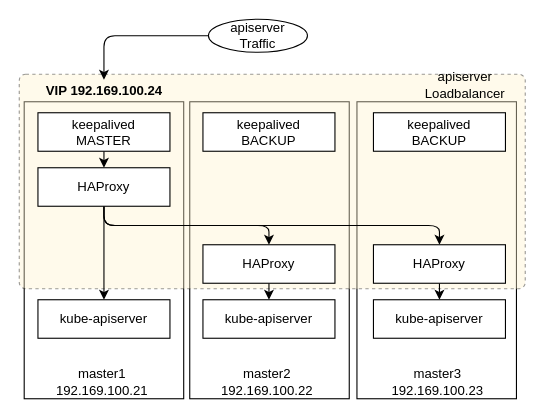
Above: page "Workload Loadbalance" (2 of 2) of Kubernetes/architecture.drawio in ubbig/Server (draw.io), before the change. Source tidied: cells renumbered, new cells numbered last; positions are measured from the earlier drawing's top-left corner, leaving out a move shared by most shapes. Both pictures are drawn from the tidied source at 110%, with x=0, y=0 at pixel (19, 19).
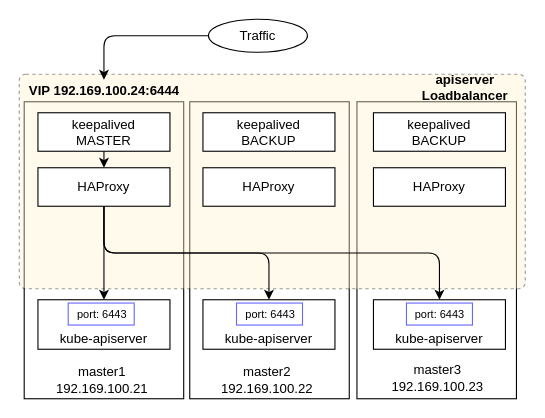
The same page after the edit.

Unchanged cells that the change refers to:
```xml
<mxCell id="17" value="HAProxy" style="rounded=0;whiteSpace=wrap;html=1;" parent="1" vertex="1">
  <mxGeometry x="17" y="135" width="120" height="35" as="geometry" />
</mxCell>
```

Change to the diagram source:
```diff
@@
     <mxCell id="10" value="&lt;div&gt;master1&lt;br&gt;&lt;/div&gt;&lt;div&gt;192.169.100.21&lt;/div&gt;" style="text;html=1;align=center;verticalAlign=middle;strokeColor=none;fillColor=none;" parent="1" vertex="1">
-      <mxGeometry x="24.5" y="315" width="100" height="30" as="geometry" />
+      <mxGeometry x="24.5" y="313" width="100" height="30" as="geometry" />
     </mxCell>
     <mxCell id="11" value="&lt;div&gt;master2&lt;/div&gt;&lt;div&gt;192.169.100.22&lt;/div&gt;" style="text;html=1;align=center;verticalAlign=middle;strokeColor=none;fillColor=none;" parent="1" vertex="1">
-      <mxGeometry x="174.5" y="315" width="100" height="30" as="geometry" />
+      <mxGeometry x="174.5" y="313" width="100" height="30" as="geometry" />
     </mxCell>
     <mxCell id="12" value="&lt;div&gt;master3&lt;/div&gt;&lt;div&gt;192.169.100.23&lt;/div&gt;" style="text;html=1;align=center;verticalAlign=middle;strokeColor=none;fillColor=none;" parent="1" vertex="1">
-      <mxGeometry x="329.5" y="315" width="100" height="30" as="geometry" />
+      <mxGeometry x="329.5" y="311" width="100" height="30" as="geometry" />
     </mxCell>
-    <mxCell id="13" value="VIP 192.169.100.24" style="text;html=1;align=center;verticalAlign=middle;points=[];strokeColor=none;fillColor=none;fontStyle=1;" parent="1" vertex="1">
-      <mxGeometry x="17" y="55" width="120" height="20" as="geometry" />
+    <mxCell id="13" value="VIP 192.169.100.24:6444" style="text;html=1;align=center;verticalAlign=middle;points=[];strokeColor=none;fillColor=none;fontStyle=1;" parent="1" vertex="1">
+      <mxGeometry x="2" y="55" width="150" height="20" as="geometry" />
     </mxCell>
-    <mxCell id="14" style="edgeStyle=orthogonalEdgeStyle;html=1;exitX=0.5;exitY=1;exitDx=0;exitDy=0;entryX=0.5;entryY=0;entryDx=0;entryDy=0;" parent="1" edge="1" source="17" target="19">
+    <mxCell id="14" style="edgeStyle=orthogonalEdgeStyle;html=1;exitX=0.5;exitY=1;exitDx=0;exitDy=0;entryX=0.5;entryY=0;entryDx=0;entryDy=0;" parent="1" edge="1" source="17" target="23">
       <mxGeometry relative="1" as="geometry" />
     </mxCell>
-    <mxCell id="15" style="edgeStyle=orthogonalEdgeStyle;html=1;exitX=0.5;exitY=1;exitDx=0;exitDy=0;entryX=0.5;entryY=0;entryDx=0;entryDy=0;" parent="1" edge="1" source="17" target="21">
+    <mxCell id="15" style="edgeStyle=orthogonalEdgeStyle;html=1;exitX=0.5;exitY=1;exitDx=0;exitDy=0;" parent="1" edge="1" source="17" target="22">
       <mxGeometry relative="1" as="geometry" />
     </mxCell>
@@
-    <mxCell id="18" style="edgeStyle=orthogonalEdgeStyle;html=1;exitX=0.5;exitY=1;exitDx=0;exitDy=0;entryX=0.5;entryY=0;entryDx=0;entryDy=0;" parent="1" edge="1" source="19" target="22">
-      <mxGeometry relative="1" as="geometry" />
-    </mxCell>
     <mxCell id="19" value="HAProxy" style="rounded=0;whiteSpace=wrap;html=1;" parent="1" vertex="1">
-      <mxGeometry x="167" y="205" width="120" height="35" as="geometry" />
+      <mxGeometry x="167" y="135" width="120" height="35" as="geometry" />
     </mxCell>
-    <mxCell id="20" style="edgeStyle=orthogonalEdgeStyle;html=1;exitX=0.5;exitY=1;exitDx=0;exitDy=0;entryX=0.5;entryY=0;entryDx=0;entryDy=0;" parent="1" edge="1" source="21" target="23">
-      <mxGeometry relative="1" as="geometry" />
-    </mxCell>
     <mxCell id="21" value="HAProxy" style="rounded=0;whiteSpace=wrap;html=1;" parent="1" vertex="1">
-      <mxGeometry x="322" y="205" width="120" height="35" as="geometry" />
+      <mxGeometry x="322" y="135" width="120" height="35" as="geometry" />
     </mxCell>
-    <mxCell id="22" value="kube-apiserver" style="rounded=0;whiteSpace=wrap;html=1;" parent="1" vertex="1">
-      <mxGeometry x="167" y="255" width="120" height="35" as="geometry" />
+    <mxCell id="22" value="kube-apiserver" style="rounded=0;whiteSpace=wrap;html=1;verticalAlign=bottom;" parent="1" vertex="1">
+      <mxGeometry x="167" y="255" width="120" height="45" as="geometry" />
     </mxCell>
-    <mxCell id="23" value="kube-apiserver" style="rounded=0;whiteSpace=wrap;html=1;" parent="1" vertex="1">
-      <mxGeometry x="322" y="255" width="120" height="35" as="geometry" />
+    <mxCell id="23" value="kube-apiserver" style="rounded=0;whiteSpace=wrap;html=1;verticalAlign=bottom;" parent="1" vertex="1">
+      <mxGeometry x="322" y="255" width="120" height="45" as="geometry" />
     </mxCell>
-    <mxCell id="24" value="kube-apiserver" style="rounded=0;whiteSpace=wrap;html=1;" parent="1" vertex="1">
-      <mxGeometry x="17" y="255" width="120" height="35" as="geometry" />
+    <mxCell id="24" value="kube-apiserver" style="rounded=0;whiteSpace=wrap;html=1;verticalAlign=bottom;" parent="1" vertex="1">
+      <mxGeometry x="17" y="255" width="120" height="45" as="geometry" />
     </mxCell>
@@
-    <mxCell id="26" value="apiserver&lt;br&gt;Traffic" style="ellipse;whiteSpace=wrap;html=1;" parent="1" vertex="1">
+    <mxCell id="26" value="Traffic" style="ellipse;whiteSpace=wrap;html=1;" parent="1" vertex="1">
       <mxGeometry x="172" width="90" height="30" as="geometry" />
     </mxCell>
-    <mxCell id="27" value="apiserver&lt;br&gt;Loadbalancer" style="text;html=1;align=center;verticalAlign=middle;strokeColor=none;" parent="1" vertex="1">
-      <mxGeometry x="360" y="45" width="90" height="30" as="geometry" />
+    <mxCell id="27" value="apiserver&lt;br&gt;Loadbalancer" style="text;html=1;align=center;verticalAlign=middle;strokeColor=none;fontStyle=1;" parent="1" vertex="1">
+      <mxGeometry x="360" y="47" width="90" height="30" as="geometry" />
     </mxCell>
+    <mxCell id="28" value="port: 6443" style="text;html=1;align=center;verticalAlign=middle;strokeColor=#6666FF;fillColor=default;fontSize=10;" parent="1" vertex="1">
+      <mxGeometry x="44.5" y="258" width="60" height="20" as="geometry" />
+    </mxCell>
+    <mxCell id="29" value="port: 6443" style="text;html=1;align=center;verticalAlign=middle;strokeColor=#6666FF;fillColor=default;fontSize=10;" parent="1" vertex="1">
+      <mxGeometry x="197.5" y="258" width="60" height="20" as="geometry" />
+    </mxCell>
+    <mxCell id="30" value="port: 6443" style="text;html=1;align=center;verticalAlign=middle;strokeColor=#6666FF;fillColor=default;fontSize=10;" parent="1" vertex="1">
+      <mxGeometry x="352" y="258" width="60" height="20" as="geometry" />
+    </mxCell>
```
